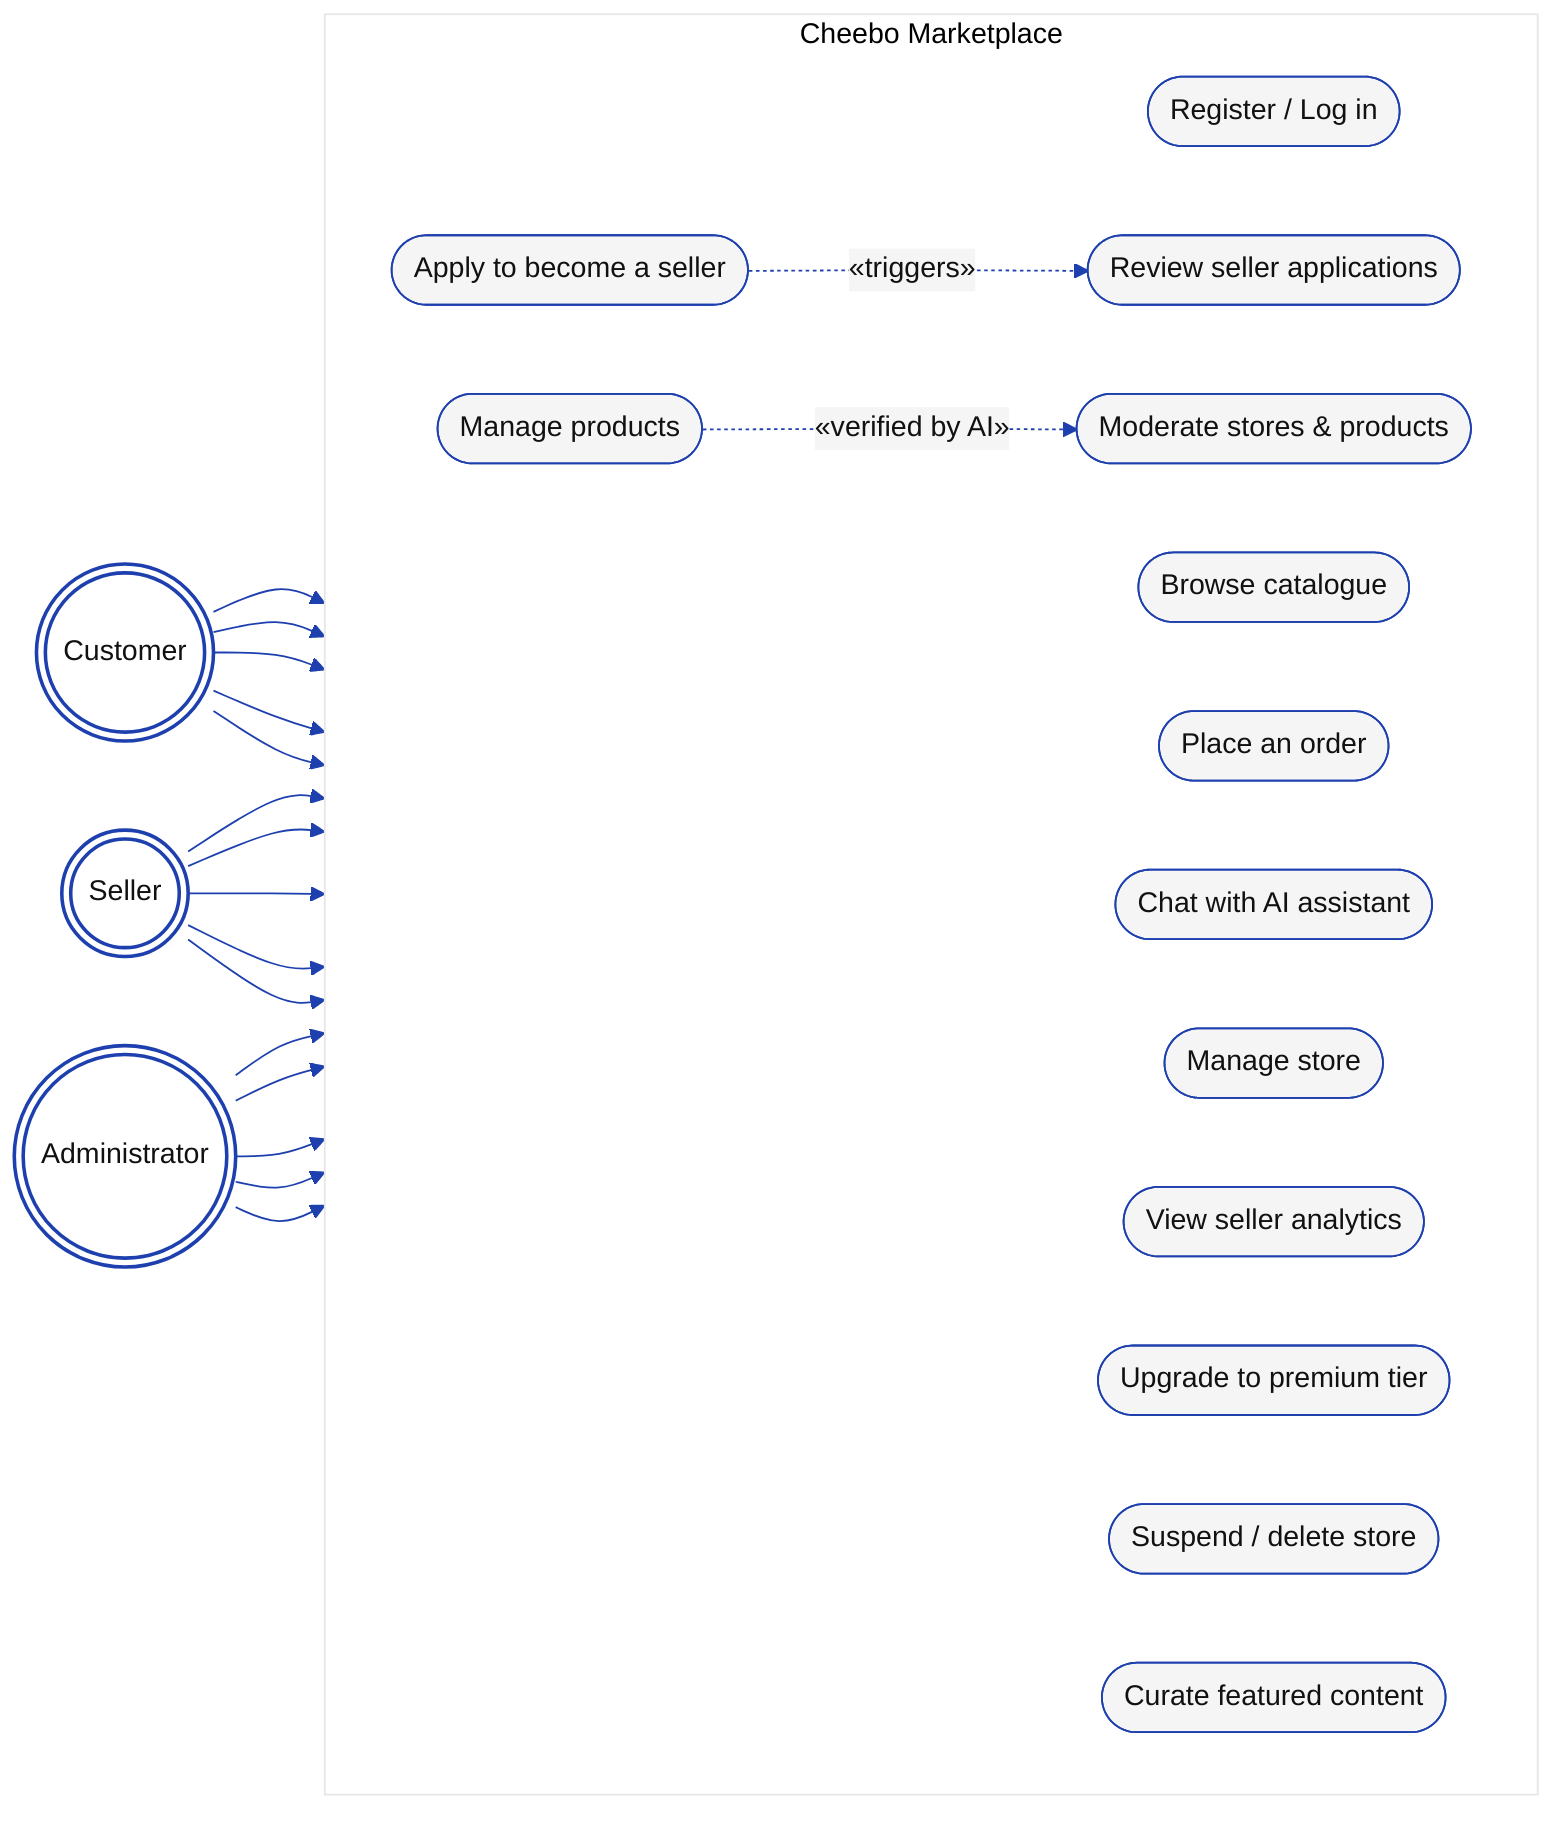
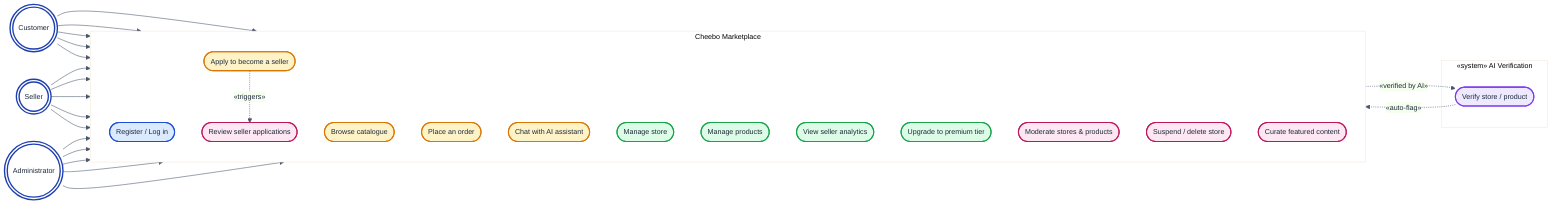
- %%{init: {'theme':'base','themeVariables':{'primaryColor':'#F5F5F5','primaryBorderColor':'#1E40AF','primaryTextColor':'#111111','lineColor':'#1E40AF','fontFamily':'Helvetica'}}}%%
+ %%{init: {'theme':'base','themeVariables':{'primaryColor':'#EFF6FF','primaryBorderColor':'#1E40AF','primaryTextColor':'#1E293B','lineColor':'#475569','fontFamily':'Helvetica','fontSize':'13px'}}}%%
flowchart LR
-     %% Actors
-     C(((Customer)))
-     S(((Seller)))
-     A(((Administrator)))
+     C((("Customer")))
+     S((("Seller")))
+     A((("Administrator")))

-     %% Use cases (stadium shape ≈ UML ovals)
-     subgraph SYS[Cheebo Marketplace]
-       direction LR
+     subgraph SYS["Cheebo Marketplace"]
+       direction TB
      UC_AUTH(["Register / Log in"])
      UC_BROWSE(["Browse catalogue"])
      UC_ORDER(["Place an order"])
      UC_CHAT(["Chat with AI assistant"])
      UC_APPLY(["Apply to become a seller"])
      UC_STORE(["Manage store"])
      UC_PROD(["Manage products"])
      UC_AN(["View seller analytics"])
      UC_UPG(["Upgrade to premium tier"])
      UC_REV(["Review seller applications"])
      UC_MOD(["Moderate stores & products"])
      UC_SUSP(["Suspend / delete store"])
      UC_FEAT(["Curate featured content"])
+     end
+ 
+     subgraph AISYS["«system» AI Verification"]
+       AI_V(["Verify store / product"])
    end

    C --> UC_AUTH
    C --> UC_BROWSE
    C --> UC_ORDER
    C --> UC_CHAT
    C --> UC_APPLY

    S --> UC_AUTH
    S --> UC_STORE
    S --> UC_PROD
    S --> UC_AN
    S --> UC_UPG

    A --> UC_AUTH
    A --> UC_REV
    A --> UC_MOD
    A --> UC_SUSP
    A --> UC_FEAT

    UC_APPLY -. "«triggers»" .-> UC_REV
-     UC_PROD  -. "«verified by AI»" .-> UC_MOD
+     UC_PROD  -. "«verified by AI»" .-> AI_V
+     AI_V     -. "«auto-flag»" .-> UC_MOD

-     classDef actor fill:#FFFFFF,stroke:#1E40AF,stroke-width:2px;
-     class C,S,A actor;
+     classDef actor    fill:#FFFFFF,stroke:#1E40AF,stroke-width:2.5px,color:#1E293B
+     classDef shared   fill:#DBEAFE,stroke:#1D4ED8,stroke-width:2px,color:#1E293B
+     classDef customer fill:#FEF3C7,stroke:#D97706,stroke-width:2px,color:#1E293B
+     classDef seller   fill:#DCFCE7,stroke:#16A34A,stroke-width:2px,color:#1E293B
+     classDef admin    fill:#FCE7F3,stroke:#BE185D,stroke-width:2px,color:#1E293B
+     classDef aicase   fill:#EDE9FE,stroke:#7C3AED,stroke-width:2px,color:#1E293B
+ 
+     class C,S,A actor
+     class UC_AUTH shared
+     class UC_BROWSE,UC_ORDER,UC_CHAT,UC_APPLY customer
+     class UC_STORE,UC_PROD,UC_AN,UC_UPG seller
+     class UC_REV,UC_MOD,UC_SUSP,UC_FEAT admin
+     class AI_V aicase
